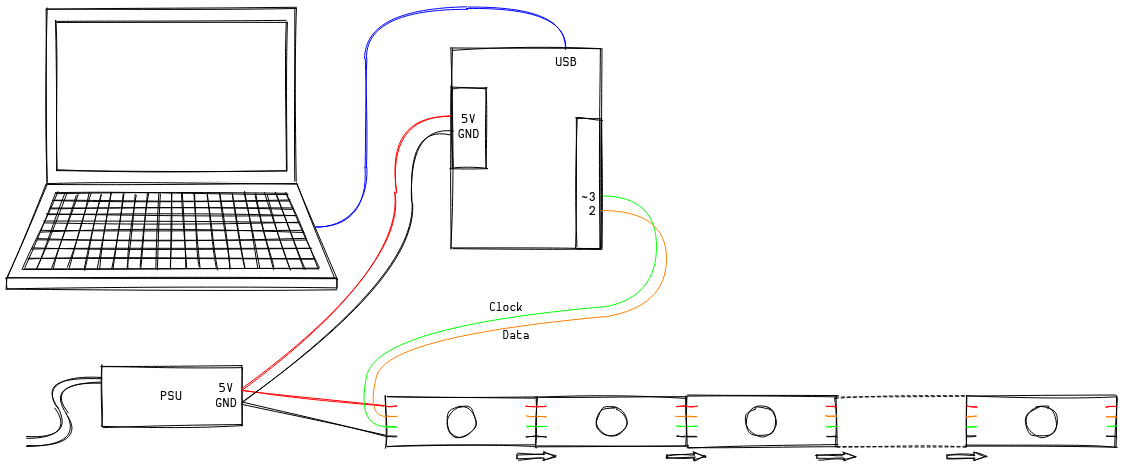
This is readme-imgs/ambilight-schematic.png from S1lvestre/ambilight, a draw.io export, as it was before one commit. Source tidied: cells renumbered, new cells last; positions are measured from the earlier drawing's top-left corner, leaving out a move shared by most shapes.
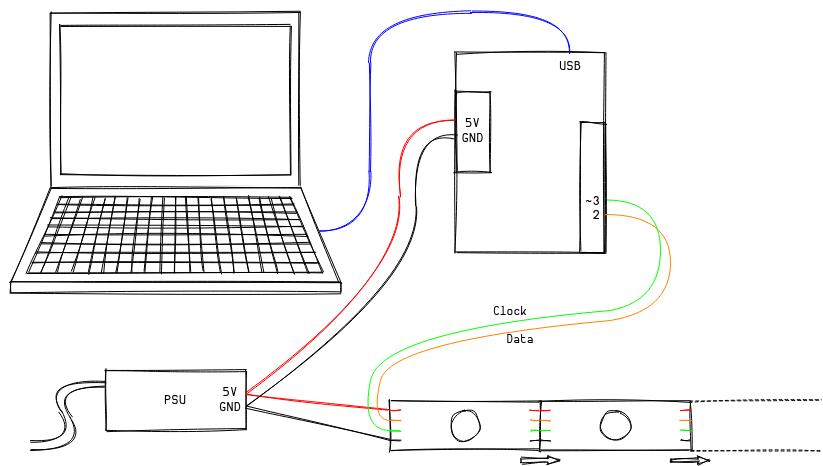
The same file after the commit.

Change to the diagram source:
```diff
@@ -258,126 +258,16 @@
         <mxPoint x="10" y="40" as="targetPoint" />
       </mxGeometry>
     </mxCell>
-    <mxCell id="64" style="group;" parent="1" vertex="1">
-      <mxGeometry x="960" y="388" width="150" height="50" as="geometry" />
-    </mxCell>
-    <mxCell id="65" style="rounded=0;whiteSpace=wrap;html=1;sketch=1;strokeColor=#000000;" parent="64" vertex="1">
-      <mxGeometry width="150" height="50" as="geometry" />
-    </mxCell>
-    <mxCell id="66" style="ellipse;whiteSpace=wrap;html=1;sketch=1;strokeColor=#000000;" parent="64" vertex="1">
-      <mxGeometry x="60" y="10" width="30" height="30" as="geometry" />
-    </mxCell>
-    <mxCell id="67" style="endArrow=none;html=1;strokeWidth=1;sketch=1;strokeColor=#FF0000;" parent="64" edge="1">
-      <mxGeometry relative="1" as="geometry">
-        <mxPoint x="140" y="10" as="sourcePoint" />
-        <mxPoint x="150" y="10" as="targetPoint" />
-      </mxGeometry>
-    </mxCell>
-    <mxCell id="68" style="endArrow=none;html=1;strokeWidth=1;sketch=1;strokeColor=#FF8000;" parent="64" edge="1">
-      <mxGeometry relative="1" as="geometry">
-        <mxPoint x="140" y="20" as="sourcePoint" />
-        <mxPoint x="150" y="20" as="targetPoint" />
-      </mxGeometry>
-    </mxCell>
-    <mxCell id="69" style="endArrow=none;html=1;strokeWidth=1;sketch=1;strokeColor=#00FF00;" parent="64" edge="1">
-      <mxGeometry relative="1" as="geometry">
-        <mxPoint x="140" y="30" as="sourcePoint" />
-        <mxPoint x="150" y="30" as="targetPoint" />
-      </mxGeometry>
-    </mxCell>
-    <mxCell id="70" style="endArrow=none;html=1;strokeWidth=1;sketch=1;" parent="64" edge="1">
-      <mxGeometry relative="1" as="geometry">
-        <mxPoint x="140" y="40" as="sourcePoint" />
-        <mxPoint x="150" y="40" as="targetPoint" />
-      </mxGeometry>
-    </mxCell>
-    <mxCell id="71" style="endArrow=none;html=1;strokeWidth=1;sketch=1;strokeColor=#FF0000;" parent="64" edge="1">
-      <mxGeometry relative="1" as="geometry">
-        <mxPoint y="10" as="sourcePoint" />
-        <mxPoint x="10" y="10" as="targetPoint" />
-      </mxGeometry>
-    </mxCell>
-    <mxCell id="72" style="endArrow=none;html=1;strokeWidth=1;sketch=1;strokeColor=#FF8000;" parent="64" edge="1">
-      <mxGeometry relative="1" as="geometry">
-        <mxPoint y="20" as="sourcePoint" />
-        <mxPoint x="10" y="20" as="targetPoint" />
-      </mxGeometry>
-    </mxCell>
-    <mxCell id="73" style="endArrow=none;html=1;strokeWidth=1;sketch=1;strokeColor=#00FF00;" parent="64" edge="1">
-      <mxGeometry relative="1" as="geometry">
-        <mxPoint y="30" as="sourcePoint" />
-        <mxPoint x="10" y="30" as="targetPoint" />
-      </mxGeometry>
-    </mxCell>
-    <mxCell id="74" style="endArrow=none;html=1;strokeWidth=1;sketch=1;" parent="64" edge="1">
-      <mxGeometry relative="1" as="geometry">
-        <mxPoint y="40" as="sourcePoint" />
-        <mxPoint x="10" y="40" as="targetPoint" />
-      </mxGeometry>
-    </mxCell>
-    <mxCell id="75" style="group;" parent="1" vertex="1">
-      <mxGeometry x="680" y="388" width="150" height="50" as="geometry" />
-    </mxCell>
-    <mxCell id="76" style="rounded=0;whiteSpace=wrap;html=1;sketch=1;strokeColor=#000000;" parent="75" vertex="1">
-      <mxGeometry width="150" height="50" as="geometry" />
-    </mxCell>
-    <mxCell id="77" style="ellipse;whiteSpace=wrap;html=1;sketch=1;strokeColor=#000000;" parent="75" vertex="1">
-      <mxGeometry x="60" y="10" width="30" height="30" as="geometry" />
-    </mxCell>
-    <mxCell id="78" style="endArrow=none;html=1;strokeWidth=1;sketch=1;strokeColor=#FF0000;" parent="75" edge="1">
-      <mxGeometry relative="1" as="geometry">
-        <mxPoint x="140" y="10" as="sourcePoint" />
-        <mxPoint x="150" y="10" as="targetPoint" />
-      </mxGeometry>
-    </mxCell>
-    <mxCell id="79" style="endArrow=none;html=1;strokeWidth=1;sketch=1;strokeColor=#FF8000;" parent="75" edge="1">
-      <mxGeometry relative="1" as="geometry">
-        <mxPoint x="140" y="20" as="sourcePoint" />
-        <mxPoint x="150" y="20" as="targetPoint" />
-      </mxGeometry>
-    </mxCell>
-    <mxCell id="80" style="endArrow=none;html=1;strokeWidth=1;sketch=1;strokeColor=#00FF00;" parent="75" edge="1">
-      <mxGeometry relative="1" as="geometry">
-        <mxPoint x="140" y="30" as="sourcePoint" />
-        <mxPoint x="150" y="30" as="targetPoint" />
-      </mxGeometry>
-    </mxCell>
-    <mxCell id="81" style="endArrow=none;html=1;strokeWidth=1;sketch=1;" parent="75" edge="1">
-      <mxGeometry relative="1" as="geometry">
-        <mxPoint x="140" y="40" as="sourcePoint" />
-        <mxPoint x="150" y="40" as="targetPoint" />
-      </mxGeometry>
-    </mxCell>
-    <mxCell id="82" style="endArrow=none;html=1;strokeWidth=1;sketch=1;strokeColor=#FF0000;" parent="75" edge="1">
-      <mxGeometry relative="1" as="geometry">
-        <mxPoint y="10" as="sourcePoint" />
-        <mxPoint x="10" y="10" as="targetPoint" />
-      </mxGeometry>
-    </mxCell>
-    <mxCell id="83" style="endArrow=none;html=1;strokeWidth=1;sketch=1;strokeColor=#FF8000;" parent="75" edge="1">
-      <mxGeometry relative="1" as="geometry">
-        <mxPoint y="20" as="sourcePoint" />
-        <mxPoint x="10" y="20" as="targetPoint" />
-      </mxGeometry>
-    </mxCell>
-    <mxCell id="84" style="endArrow=none;html=1;strokeWidth=1;sketch=1;strokeColor=#00FF00;" parent="75" edge="1">
-      <mxGeometry relative="1" as="geometry">
-        <mxPoint y="30" as="sourcePoint" />
-        <mxPoint x="10" y="30" as="targetPoint" />
-      </mxGeometry>
-    </mxCell>
-    <mxCell id="85" style="endArrow=none;html=1;strokeWidth=1;sketch=1;" parent="75" edge="1">
-      <mxGeometry relative="1" as="geometry">
-        <mxPoint y="40" as="sourcePoint" />
-        <mxPoint x="10" y="40" as="targetPoint" />
-      </mxGeometry>
-    </mxCell>
-    <mxCell id="86" style="endArrow=none;dashed=1;html=1;strokeWidth=1;sketch=1;entryX=0;entryY=0;entryDx=0;entryDy=0;exitX=1;exitY=0;exitDx=0;exitDy=0;" parent="1" edge="1" source="76" target="65">
-      <mxGeometry relative="1" as="geometry" />
+    <mxCell id="86" style="endArrow=none;dashed=1;html=1;strokeWidth=1;sketch=1;entryX=0;entryY=0;entryDx=0;entryDy=0;exitX=1;exitY=0;exitDx=0;exitDy=0;" parent="1" edge="1">
+      <mxGeometry relative="1" as="geometry">
+        <mxPoint x="680" y="388" as="sourcePoint" />
+        <mxPoint x="810" y="388" as="targetPoint" />
+      </mxGeometry>
     </mxCell>
-    <mxCell id="87" style="endArrow=none;dashed=1;html=1;strokeWidth=1;sketch=1;entryX=0;entryY=1;entryDx=0;entryDy=0;exitX=1;exitY=0;exitDx=0;exitDy=0;" parent="1" edge="1" target="65">
+    <mxCell id="87" style="endArrow=none;dashed=1;html=1;strokeWidth=1;sketch=1;entryX=0;entryY=1;entryDx=0;entryDy=0;exitX=1;exitY=0;exitDx=0;exitDy=0;" parent="1" edge="1">
       <mxGeometry relative="1" as="geometry">
-        <mxPoint x="830" y="437.7" as="sourcePoint" />
+        <mxPoint x="680" y="437.7" as="sourcePoint" />
+        <mxPoint x="810" y="438" as="targetPoint" />
       </mxGeometry>
     </mxCell>
     <mxCell id="88" style="endArrow=none;html=1;strokeWidth=1;entryX=-0.005;entryY=0.196;entryDx=0;entryDy=0;entryPerimeter=0;sketch=1;exitX=1.005;exitY=0.403;exitDx=0;exitDy=0;exitPerimeter=0;strokeColor=#FF0000;" parent="1" edge="1" source="39" target="43">
@@ -418,18 +308,6 @@
         <mxPoint x="700" y="448" as="targetPoint" />
       </mxGeometry>
     </mxCell>
-    <mxCell id="95" style="shape=flexArrow;endArrow=classic;html=1;strokeColor=#000000;strokeWidth=1;fontSize=11;width=3.611111111111111;endSize=3.7027777777777775;endWidth=3.1635802469135803;sketch=1;" parent="1" edge="1">
-      <mxGeometry relative="1" as="geometry">
-        <mxPoint x="810" y="448" as="sourcePoint" />
-        <mxPoint x="850" y="448" as="targetPoint" />
-      </mxGeometry>
-    </mxCell>
-    <mxCell id="96" style="shape=flexArrow;endArrow=classic;html=1;strokeColor=#000000;strokeWidth=1;fontSize=11;width=3.611111111111111;endSize=3.7027777777777775;endWidth=3.1635802469135803;sketch=1;" parent="1" edge="1">
-      <mxGeometry relative="1" as="geometry">
-        <mxPoint x="940" y="448" as="sourcePoint" />
-        <mxPoint x="980" y="448" as="targetPoint" />
-      </mxGeometry>
-    </mxCell>
     <mxCell id="97" style="curved=1;endArrow=none;html=1;strokeWidth=1;fontSize=11;endFill=0;strokeColor=#FF8000;" parent="1" edge="1">
       <mxGeometry relative="1" as="geometry">
         <mxPoint x="380" y="408" as="sourcePoint" />
```
